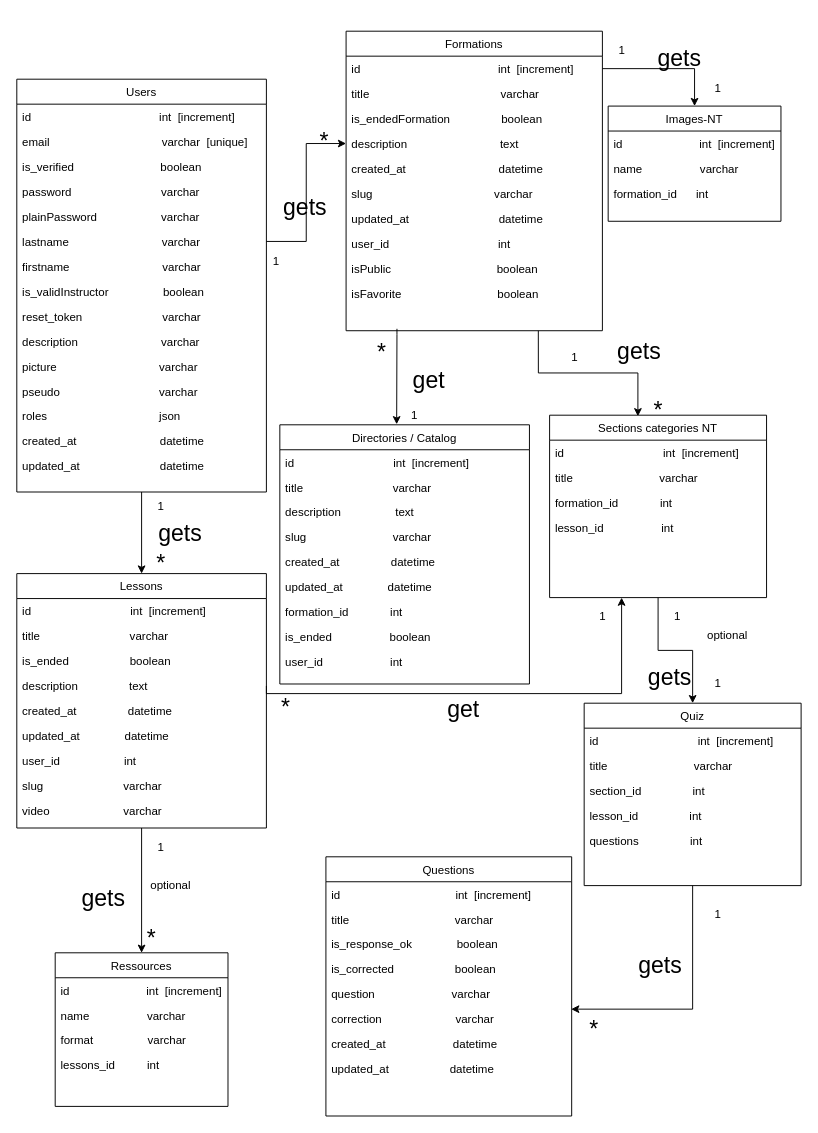
Above: ECO IT/diag_de_classe_ecoit.drawio in cyrisa02/diagrammes-UML (draw.io), before the change. Source tidied: cells renumbered, new cells numbered last; positions are measured from the earlier drawing's top-left corner, leaving out a move shared by most shapes. Both pictures are drawn from the tidied source at 96%, with x=0, y=0 at pixel (16, 16).
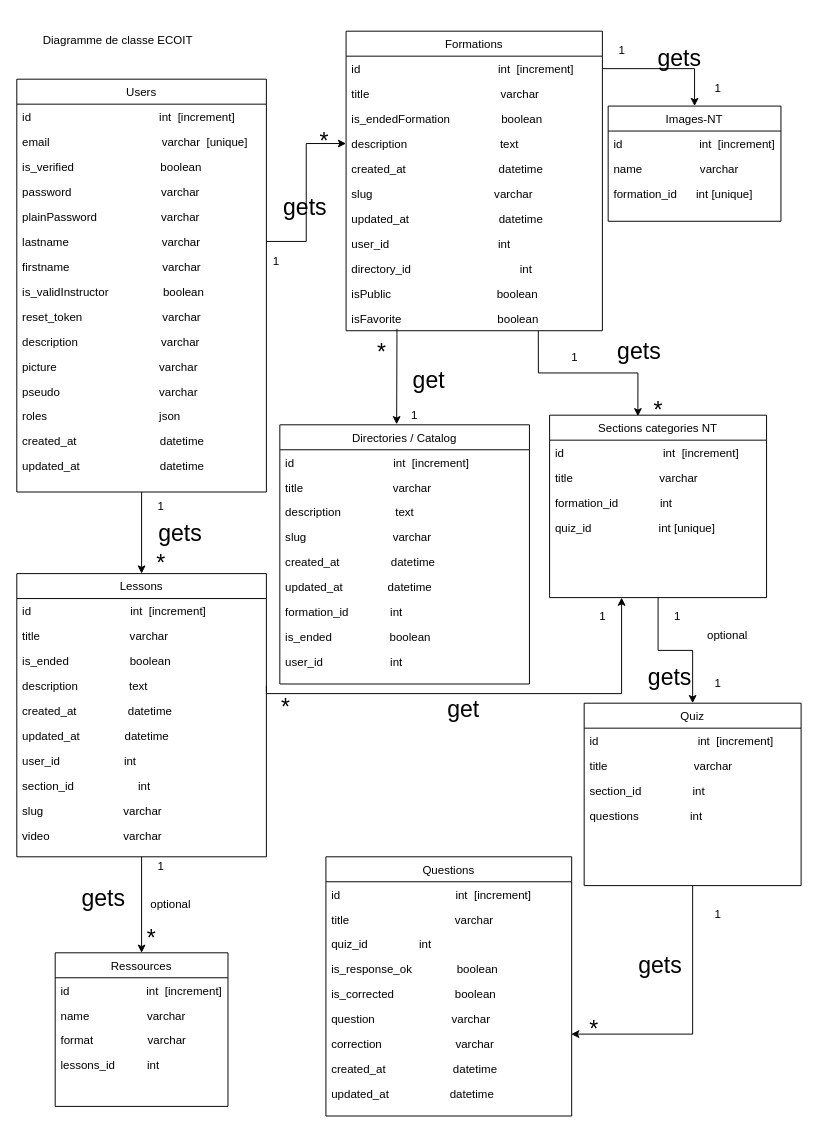
Above is the later version.

Unchanged cells that the change refers to:
```xml
<mxCell id="21" value="Formations" style="swimlane;fontStyle=0;align=center;verticalAlign=top;horizontal=1;startSize=26;rounded=0;shadow=0;strokeWidth=1;" parent="1" vertex="1">
  <mxGeometry x="343" y="15" width="267" height="312" as="geometry" />
</mxCell>
<mxCell id="33" value="Sections categories NT" style="swimlane;fontStyle=0;align=center;verticalAlign=top;horizontal=1;startSize=26;rounded=0;shadow=0;strokeWidth=1;" parent="1" vertex="1">
  <mxGeometry x="555" y="415" width="226" height="190" as="geometry" />
</mxCell>
<mxCell id="49" value="Questions" style="swimlane;fontStyle=0;align=center;verticalAlign=top;horizontal=1;startSize=26;rounded=0;shadow=0;strokeWidth=1;" parent="1" vertex="1">
  <mxGeometry x="322" y="875" width="256" height="270" as="geometry" />
</mxCell>
<mxCell id="67" value="Quiz" style="swimlane;fontStyle=0;align=center;verticalAlign=top;horizontal=1;startSize=26;rounded=0;shadow=0;strokeWidth=1;" parent="1" vertex="1">
  <mxGeometry x="591" y="715" width="226" height="190" as="geometry" />
</mxCell>
<mxCell id="74" value="Images-NT" style="swimlane;fontStyle=0;align=center;verticalAlign=top;horizontal=1;startSize=26;rounded=0;shadow=0;strokeWidth=1;" parent="1" vertex="1">
  <mxGeometry x="616" y="93" width="180" height="120" as="geometry" />
</mxCell>
```

Diff of the diagram source:
```diff
@@
+    <mxCell id="116" value="directory_id                                  int" style="text;align=left;verticalAlign=top;spacingLeft=4;spacingRight=4;overflow=hidden;" parent="21" vertex="1">
+      <mxGeometry y="234" width="267" height="26" as="geometry" />
+    </mxCell>
     <mxCell id="30" value="isPublic                                 boolean" style="text;align=left;verticalAlign=top;spacingLeft=4;spacingRight=4;overflow=hidden;" parent="21" vertex="1">
-      <mxGeometry y="234" width="267" height="26" as="geometry" />
+      <mxGeometry y="260" width="267" height="26" as="geometry" />
     </mxCell>
     <mxCell id="31" value="isFavorite                              boolean" style="text;align=left;verticalAlign=top;spacingLeft=4;spacingRight=4;overflow=hidden;" parent="21" vertex="1">
-      <mxGeometry y="260" width="267" height="26" as="geometry" />
+      <mxGeometry y="286" width="267" height="26" as="geometry" />
     </mxCell>
@@
-    <mxCell id="37" value="lesson_id                  int" style="text;align=left;verticalAlign=top;spacingLeft=4;spacingRight=4;overflow=hidden;" parent="33" vertex="1">
-      <mxGeometry y="104" width="226" height="26" as="geometry" />
-    </mxCell>
+    <mxCell id="117" value="quiz_id                     int [unique]" style="text;align=left;verticalAlign=top;spacingLeft=4;spacingRight=4;overflow=hidden;" parent="33" vertex="1">
+      <mxGeometry y="104" width="226" height="26" as="geometry" />
+    </mxCell>
@@
     <mxCell id="39" value="Lessons" style="swimlane;fontStyle=0;align=center;verticalAlign=top;horizontal=1;startSize=26;rounded=0;shadow=0;strokeWidth=1;" parent="1" vertex="1">
-      <mxGeometry y="580" width="260" height="265" as="geometry" />
+      <mxGeometry y="580" width="260" height="295" as="geometry" />
     </mxCell>
@@
+    <mxCell id="118" value="section_id                    int" style="text;align=left;verticalAlign=top;spacingLeft=4;spacingRight=4;overflow=hidden;" parent="39" vertex="1">
+      <mxGeometry y="208" width="260" height="26" as="geometry" />
+    </mxCell>
     <mxCell id="47" value="slug                         varchar" style="text;align=left;verticalAlign=top;spacingLeft=4;spacingRight=4;overflow=hidden;" parent="39" vertex="1">
-      <mxGeometry y="208" width="260" height="26" as="geometry" />
+      <mxGeometry y="234" width="260" height="26" as="geometry" />
     </mxCell>
     <mxCell id="48" value="video                       varchar" style="text;align=left;verticalAlign=top;spacingLeft=4;spacingRight=4;overflow=hidden;" parent="39" vertex="1">
-      <mxGeometry y="234" width="260" height="26" as="geometry" />
+      <mxGeometry y="260" width="260" height="26" as="geometry" />
     </mxCell>
@@
+    <mxCell id="119" value="quiz_id                int" style="text;align=left;verticalAlign=top;spacingLeft=4;spacingRight=4;overflow=hidden;" parent="49" vertex="1">
+      <mxGeometry y="78" width="256" height="26" as="geometry" />
+    </mxCell>
     <mxCell id="52" value="is_response_ok              boolean" style="text;align=left;verticalAlign=top;spacingLeft=4;spacingRight=4;overflow=hidden;" parent="49" vertex="1">
-      <mxGeometry y="78" width="256" height="26" as="geometry" />
+      <mxGeometry y="104" width="256" height="26" as="geometry" />
     </mxCell>
     <mxCell id="53" value="is_corrected                   boolean" style="text;align=left;verticalAlign=top;spacingLeft=4;spacingRight=4;overflow=hidden;" parent="49" vertex="1">
-      <mxGeometry y="104" width="256" height="26" as="geometry" />
+      <mxGeometry y="130" width="256" height="26" as="geometry" />
     </mxCell>
     <mxCell id="54" value="question                        varchar" style="text;align=left;verticalAlign=top;spacingLeft=4;spacingRight=4;overflow=hidden;" parent="49" vertex="1">
-      <mxGeometry y="130" width="256" height="26" as="geometry" />
+      <mxGeometry y="156" width="256" height="26" as="geometry" />
     </mxCell>
     <mxCell id="55" value="correction                       varchar  " style="text;align=left;verticalAlign=top;spacingLeft=4;spacingRight=4;overflow=hidden;points=[[0,0.5],[1,0.5]];portConstraint=eastwest;" parent="49" vertex="1">
-      <mxGeometry y="156" width="256" height="26" as="geometry" />
+      <mxGeometry y="182" width="256" height="26" as="geometry" />
     </mxCell>
     <mxCell id="56" value="created_at                     datetime" style="text;align=left;verticalAlign=top;spacingLeft=4;spacingRight=4;overflow=hidden;" parent="49" vertex="1">
-      <mxGeometry y="182" width="256" height="26" as="geometry" />
+      <mxGeometry y="208" width="256" height="26" as="geometry" />
     </mxCell>
     <mxCell id="57" value="updated_at                   datetime" style="text;align=left;verticalAlign=top;spacingLeft=4;spacingRight=4;overflow=hidden;" parent="49" vertex="1">
-      <mxGeometry y="208" width="256" height="26" as="geometry" />
+      <mxGeometry y="234" width="256" height="26" as="geometry" />
     </mxCell>
@@
     <mxCell id="65" value="optional" style="text;html=1;align=center;verticalAlign=middle;fillColor=none;strokeColor=none;rounded=0;" parent="1" vertex="1">
-      <mxGeometry x="130" y="895" width="60" height="20" as="geometry" />
+      <mxGeometry x="130" y="915" width="60" height="20" as="geometry" />
     </mxCell>
@@
-    <mxCell id="71" value="lesson_id                int" style="text;align=left;verticalAlign=top;spacingLeft=4;spacingRight=4;overflow=hidden;" parent="67" vertex="1">
-      <mxGeometry y="104" width="226" height="26" as="geometry" />
-    </mxCell>
     <mxCell id="72" value="questions                int" style="text;align=left;verticalAlign=top;spacingLeft=4;spacingRight=4;overflow=hidden;" parent="67" vertex="1">
-      <mxGeometry y="130" width="226" height="26" as="geometry" />
+      <mxGeometry y="104" width="226" height="26" as="geometry" />
     </mxCell>
@@
-    <mxCell id="77" value="formation_id      int" style="text;align=left;verticalAlign=top;spacingLeft=4;spacingRight=4;overflow=hidden;" parent="74" vertex="1">
+    <mxCell id="77" value="formation_id      int [unique]" style="text;align=left;verticalAlign=top;spacingLeft=4;spacingRight=4;overflow=hidden;" parent="74" vertex="1">
       <mxGeometry y="78" width="180" height="26" as="geometry" />
     </mxCell>
@@
     <mxCell id="105" value="1" style="text;html=1;align=center;verticalAlign=middle;fillColor=none;strokeColor=none;rounded=0;" parent="1" vertex="1">
-      <mxGeometry x="140" y="855" width="20" height="20" as="geometry" />
+      <mxGeometry x="140" y="875" width="20" height="20" as="geometry" />
     </mxCell>
@@
+    <mxCell id="120" value="Diagramme de classe ECOIT" style="text;html=1;align=center;verticalAlign=middle;fillColor=none;strokeColor=none;rounded=0;" parent="1" vertex="1">
+      <mxGeometry x="20" y="15" width="170" height="20" as="geometry" />
+    </mxCell>
```
